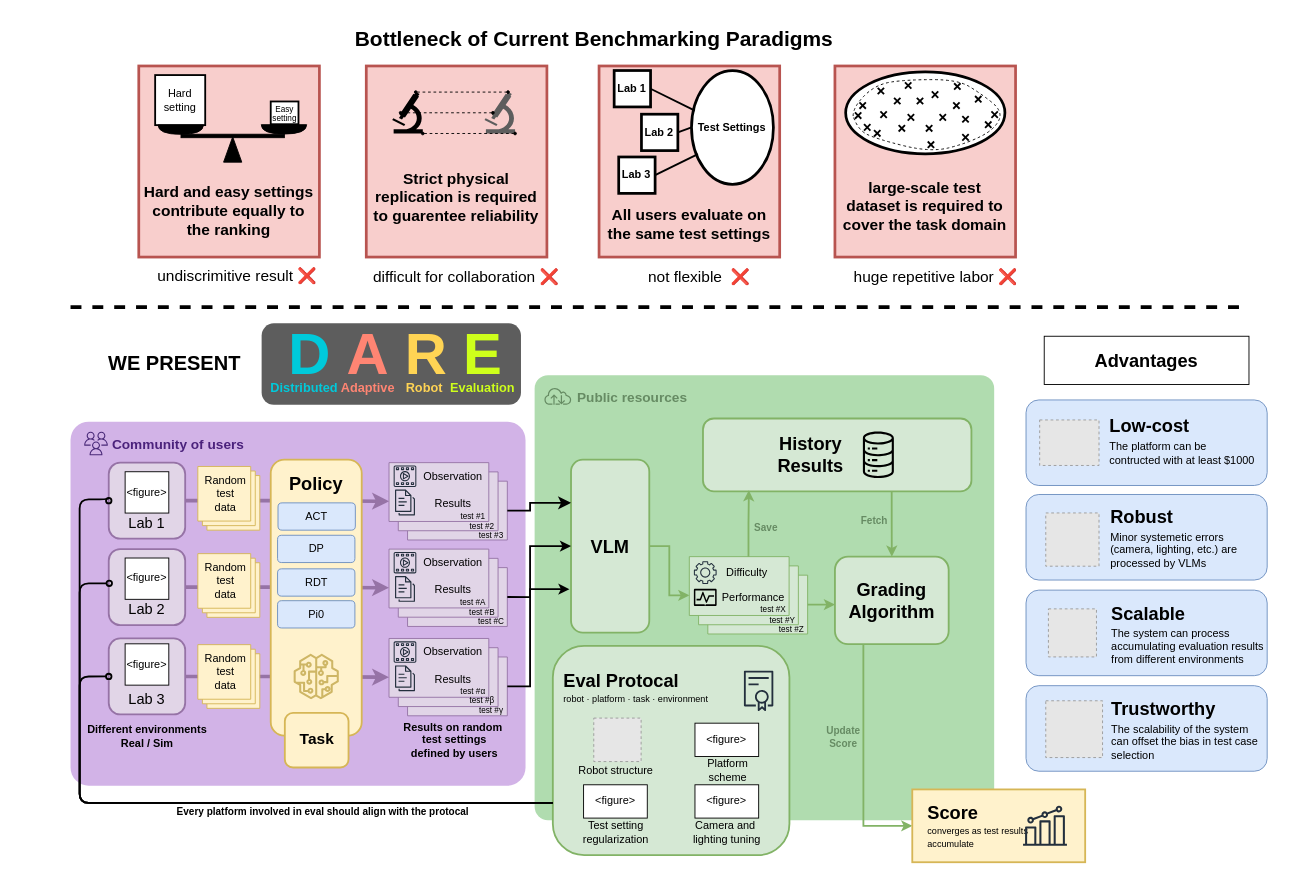
Before: teaser.drawio in cxh-cxh/Embodied-VLM-Judge-figures, a draw.io diagram. Source tidied: cells renumbered, new cells numbered last; positions are measured from the earlier drawing's top-left corner, leaving out a move shared by most shapes. Both pictures are drawn from the tidied source at 91%, with x=0, y=0 at pixel (25, 20). Pictures stored in the file or linked from it are replaced by grey dashed boxes.
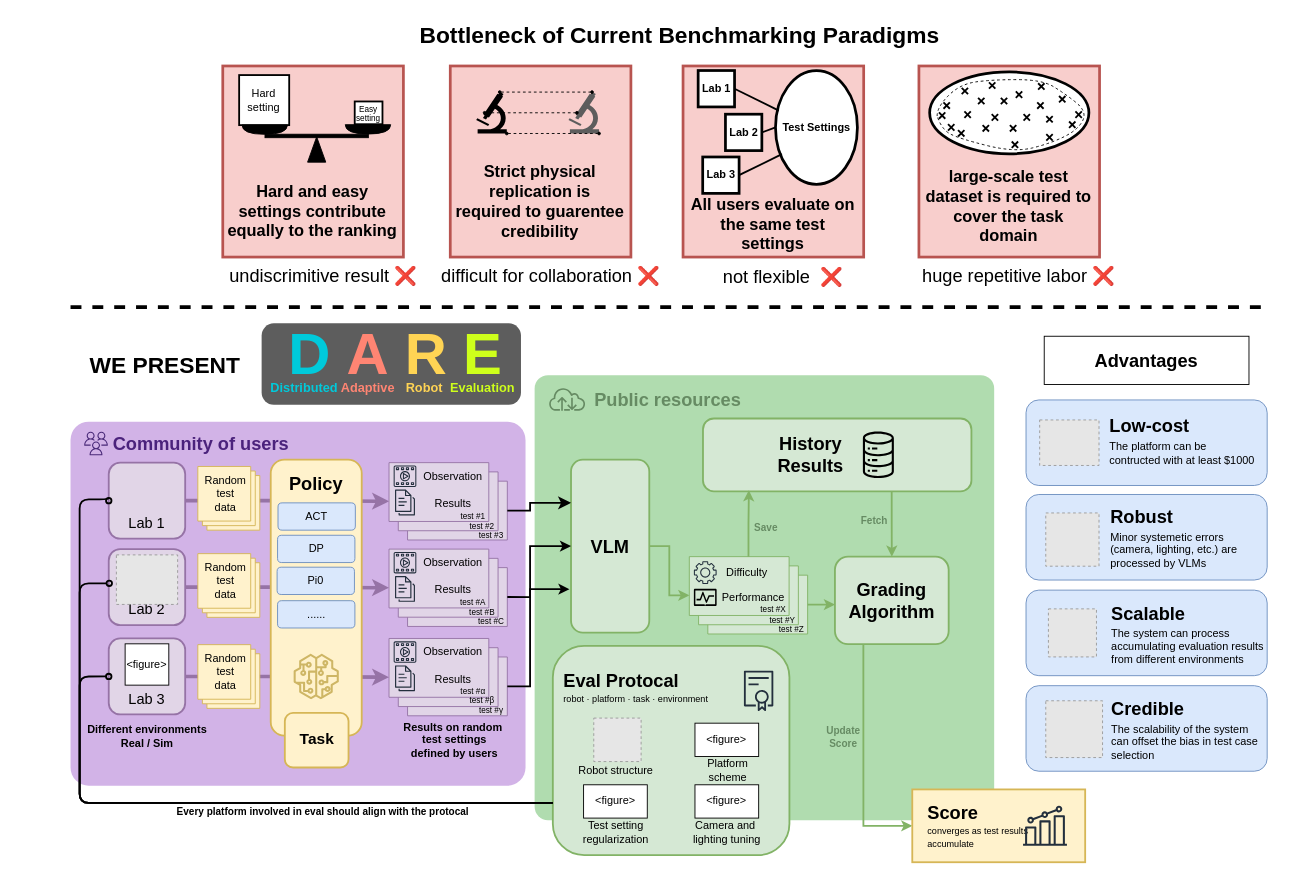
After the change.

Unchanged cells that the change refers to:
```xml
<mxCell id="14" style="group;strokeWidth=2;" parent="1" vertex="1">
  <mxGeometry x="92" y="485.9" width="84" height="83.5" as="geometry" />
</mxCell>
<mxCell id="43" style="group;strokeWidth=2;" parent="1" vertex="1">
  <mxGeometry x="92" y="580.9" width="84" height="83.5" as="geometry" />
</mxCell>
```

The edit, as a diff of the source:
```diff
@@
     <mxCell id="5" style="endArrow=none;dashed=1;html=1;rounded=0;strokeWidth=4;" parent="1" edge="1">
       <mxGeometry relative="1" as="geometry">
         <mxPoint x="50" y="315" as="sourcePoint" />
-        <mxPoint x="1335" y="315" as="targetPoint" />
+        <mxPoint x="1365" y="315" as="targetPoint" />
       </mxGeometry>
     </mxCell>
-    <mxCell id="6" value="&lt;b style=&quot;&quot;&gt;&lt;font style=&quot;font-size: 22px;&quot;&gt;&lt;font style=&quot;color: rgb(0, 0, 0);&quot;&gt;WE PRESENT&lt;/font&gt;&amp;nbsp;&lt;/font&gt;&lt;/b&gt;" style="rounded=0;whiteSpace=wrap;html=1;fontColor=#CEFF1B;strokeColor=none;fillColor=none;" parent="1" vertex="1">
-      <mxGeometry y="352.5" width="335" height="50" as="geometry" />
+    <mxCell id="6" value="&lt;b&gt;&lt;font&gt;&lt;font style=&quot;color: rgb(0, 0, 0);&quot;&gt;WE PRESENT&lt;/font&gt;&amp;nbsp;&lt;/font&gt;&lt;/b&gt;" style="rounded=0;whiteSpace=wrap;html=1;fontColor=#CEFF1B;strokeColor=none;fillColor=none;fontSize=25;" parent="1" vertex="1">
+      <mxGeometry x="-10" y="352.5" width="335" height="50" as="geometry" />
     </mxCell>
@@
-    <mxCell id="13" value="&lt;span&gt;&lt;b&gt;Bottleneck of Current Benchmarking Paradigms&lt;/b&gt;&lt;/span&gt;" style="rounded=0;whiteSpace=wrap;html=1;fillColor=none;dashed=1;dashPattern=8 8;strokeColor=none;fontSize=23;" parent="1" vertex="1">
-      <mxGeometry x="320" width="610.5" height="40" as="geometry" />
+    <mxCell id="13" value="&lt;span&gt;&lt;b&gt;Bottleneck of Current Benchmarking Paradigms&lt;/b&gt;&lt;/span&gt;" style="rounded=0;whiteSpace=wrap;html=1;fillColor=none;dashed=1;dashPattern=8 8;strokeColor=none;fontSize=25;" parent="1" vertex="1">
+      <mxGeometry x="414.3" y="-5" width="610.5" height="40" as="geometry" />
     </mxCell>
@@
-    <mxCell id="16" value="&amp;lt;figure&amp;gt;" style="rounded=0;whiteSpace=wrap;html=1;" parent="14" vertex="1">
-      <mxGeometry x="18" y="10" width="48" height="45.4" as="geometry" />
-    </mxCell>
@@
-    <mxCell id="45" value="&amp;lt;figure&amp;gt;" style="rounded=0;whiteSpace=wrap;html=1;" parent="43" vertex="1">
-      <mxGeometry x="18" y="9.8" width="48" height="45.4" as="geometry" />
-    </mxCell>
+    <mxCell id="243" style="fillColor=#E6E6E6;strokeColor=#999999;dashed=1;verticalLabelPosition=bottom;labelBackgroundColor=default;verticalAlign=top;" parent="43" vertex="1">
+      <mxGeometry x="8.4" y="6.4" width="67.3" height="54.4" as="geometry" />
+    </mxCell>
@@
     <mxCell id="73" style="group;" parent="1" vertex="1">
-      <mxGeometry x="570" y="398.8" width="163" height="33" as="geometry" />
+      <mxGeometry x="575" y="398.8" width="186.9" height="36" as="geometry" />
     </mxCell>
     <mxCell id="74" style="sketch=0;fontColor=#232F3E;gradientColor=none;fillColor=light-dark(#668B63,#BEC8D4);strokeColor=none;dashed=0;verticalLabelPosition=bottom;verticalAlign=top;align=center;html=1;fontSize=12;fontStyle=0;shape=mxgraph.aws4.internet;" parent="73" vertex="1">
-      <mxGeometry y="4.5" width="30.9" height="19" as="geometry" />
+      <mxGeometry y="4.5" width="41.4" height="25.5" as="geometry" />
     </mxCell>
-    <mxCell id="75" value="&lt;font style=&quot;font-size: 15px;&quot;&gt;&lt;b style=&quot;&quot;&gt;Public resources&lt;/b&gt;&lt;/font&gt;" style="text;html=1;align=center;verticalAlign=middle;strokeColor=none;fillColor=none;fontColor=light-dark(#668B63,#BEC8D4);labelBorderColor=none;fontSize=13;" parent="73" vertex="1">
-      <mxGeometry x="26.9" y="-2" width="140" height="35" as="geometry" />
+    <mxCell id="75" value="&lt;font style=&quot;font-size: 20px;&quot;&gt;&lt;b style=&quot;&quot;&gt;Public resources&lt;/b&gt;&lt;/font&gt;" style="text;html=1;align=center;verticalAlign=middle;strokeColor=none;fillColor=none;fontColor=light-dark(#668B63,#BEC8D4);labelBorderColor=none;fontSize=13;" parent="73" vertex="1">
+      <mxGeometry x="41.4" y="-2.8" width="180" height="40" as="geometry" />
     </mxCell>
@@
-    <mxCell id="89" style="group;" parent="1" vertex="1">
-      <mxGeometry x="65" y="449.9" width="181" height="33" as="geometry" />
+    <mxCell id="89" style="group;fontSize=15;" parent="1" vertex="1">
+      <mxGeometry x="65" y="449.9" width="210" height="36.5" as="geometry" />
     </mxCell>
-    <mxCell id="90" value="&lt;font style=&quot;font-size: 15px;&quot;&gt;&lt;b style=&quot;&quot;&gt;Community of users&lt;/b&gt;&lt;/font&gt;" style="text;html=1;align=center;verticalAlign=middle;strokeColor=none;fillColor=none;fontColor=light-dark(#4b227c, #ededed);labelBorderColor=none;" parent="89" vertex="1">
-      <mxGeometry x="20" y="-2.5" width="165" height="35" as="geometry" />
+    <mxCell id="90" value="&lt;font&gt;&lt;b&gt;Community of users&lt;/b&gt;&lt;/font&gt;" style="text;html=1;align=center;verticalAlign=middle;strokeColor=none;fillColor=none;fontColor=light-dark(#4b227c, #ededed);labelBorderColor=none;fontSize=20;" parent="89" vertex="1">
+      <mxGeometry x="20" y="-5" width="215" height="40" as="geometry" />
     </mxCell>
@@
-    <mxCell id="107" value="RDT" style="rounded=1;whiteSpace=wrap;html=1;fillColor=#dae8fc;strokeColor=#6c8ebf;" parent="1" vertex="1">
-      <mxGeometry x="277.5" y="602.6" width="85" height="30" as="geometry" />
+    <mxCell id="107" value="......" style="rounded=1;whiteSpace=wrap;html=1;fillColor=#dae8fc;strokeColor=#6c8ebf;" parent="1" vertex="1">
+      <mxGeometry x="277.5" y="637.6" width="85" height="30" as="geometry" />
     </mxCell>
     <mxCell id="108" value="Pi0" style="rounded=1;whiteSpace=wrap;html=1;fillColor=#dae8fc;strokeColor=#6c8ebf;" parent="1" vertex="1">
-      <mxGeometry x="277.5" y="637.6" width="85" height="30" as="geometry" />
+      <mxGeometry x="277" y="600.8" width="85" height="30" as="geometry" />
     </mxCell>
@@
-    <mxCell id="119" value="&lt;font style=&quot;font-size: 17px;&quot;&gt;undiscrimitive result ❌&lt;/font&gt;" style="text;align=right;verticalAlign=middle;strokeColor=none;fillColor=none;html=1;" parent="1" vertex="1">
-      <mxGeometry x="122" y="264" width="200" height="35" as="geometry" />
+    <mxCell id="119" value="&lt;font&gt;undiscrimitive result ❌&lt;/font&gt;" style="text;align=right;verticalAlign=middle;strokeColor=none;fillColor=none;html=1;fontSize=20;" parent="1" vertex="1">
+      <mxGeometry x="201.6" y="260" width="230" height="40" as="geometry" />
     </mxCell>
-    <mxCell id="120" value="&lt;font style=&quot;font-size: 17px;&quot;&gt;&lt;font style=&quot;&quot;&gt;difficult for collaboration&amp;nbsp;&lt;/font&gt;❌&lt;/font&gt;" style="text;align=right;verticalAlign=middle;strokeColor=none;fillColor=none;html=1;" parent="1" vertex="1">
-      <mxGeometry x="363" y="265" width="225" height="35" as="geometry" />
+    <mxCell id="120" value="&lt;font&gt;&lt;font&gt;difficult for collaboration&amp;nbsp;&lt;/font&gt;❌&lt;/font&gt;" style="text;align=right;verticalAlign=middle;strokeColor=none;fillColor=none;html=1;fontSize=20;" parent="1" vertex="1">
+      <mxGeometry x="434.1" y="260" width="265" height="40" as="geometry" />
     </mxCell>
-    <mxCell id="121" value="&lt;font style=&quot;font-size: 17px;&quot;&gt;&lt;font style=&quot;&quot;&gt;not flexible&amp;nbsp;&amp;nbsp;&lt;/font&gt;❌&lt;/font&gt;" style="text;align=right;verticalAlign=middle;strokeColor=none;fillColor=none;html=1;" parent="1" vertex="1">
-      <mxGeometry x="662.5" y="265" width="135" height="35" as="geometry" />
+    <mxCell id="121" value="&lt;font&gt;&lt;font&gt;not flexible&amp;nbsp;&amp;nbsp;&lt;/font&gt;❌&lt;/font&gt;" style="text;align=right;verticalAlign=middle;strokeColor=none;fillColor=none;html=1;fontSize=20;" parent="1" vertex="1">
+      <mxGeometry x="744.8" y="260.5" width="155" height="40" as="geometry" />
     </mxCell>
-    <mxCell id="122" value="&lt;font style=&quot;font-size: 17px;&quot;&gt;&lt;font style=&quot;&quot;&gt;huge repetitive labor&amp;nbsp;&lt;/font&gt;❌&lt;/font&gt;" style="text;align=right;verticalAlign=middle;strokeColor=none;fillColor=none;html=1;" parent="1" vertex="1">
-      <mxGeometry x="886.8" y="265" width="205" height="35" as="geometry" />
+    <mxCell id="122" value="&lt;font&gt;&lt;font&gt;huge repetitive labor&amp;nbsp;&lt;/font&gt;❌&lt;/font&gt;" style="text;align=right;verticalAlign=middle;strokeColor=none;fillColor=none;html=1;fontSize=20;" parent="1" vertex="1">
+      <mxGeometry x="964.1" y="260" width="235" height="40" as="geometry" />
     </mxCell>
@@
     <mxCell id="126" style="group;fillColor=none;strokeColor=none;" parent="1" vertex="1">
-      <mxGeometry x="125" y="50" width="198.5" height="210" as="geometry" />
+      <mxGeometry x="217.3" y="50" width="198.5" height="210" as="geometry" />
     </mxCell>
@@
-    <mxCell id="130" value="Hard and easy settings contribute equally to the ranking" style="rounded=0;whiteSpace=wrap;strokeColor=none;fillColor=none;fontSize=17;fontStyle=1;" parent="126" vertex="1">
+    <mxCell id="130" value="Hard and easy settings contribute equally to the ranking" style="rounded=0;whiteSpace=wrap;strokeColor=none;fillColor=none;fontSize=18;fontStyle=1;" parent="126" vertex="1">
       <mxGeometry x="4" y="130" width="190" height="60" as="geometry" />
     </mxCell>
@@
     <mxCell id="135" style="group;fillColor=none;strokeColor=none;" parent="1" vertex="1">
-      <mxGeometry x="375" y="50" width="198.5" height="210" as="geometry" />
+      <mxGeometry x="467.3" y="50" width="198.5" height="210" as="geometry" />
     </mxCell>
@@
-    <mxCell id="142" value="Strict physical replication is required to guarentee reliability" style="rounded=0;whiteSpace=wrap;strokeColor=none;fillColor=none;fontSize=17;fontStyle=1;" parent="135" vertex="1">
-      <mxGeometry x="3.5" y="115" width="190" height="60" as="geometry" />
+    <mxCell id="142" value="Strict physical replication is required to guarentee credibility" style="rounded=0;whiteSpace=wrap;strokeColor=none;fillColor=none;fontSize=18;fontStyle=1;" parent="135" vertex="1">
+      <mxGeometry x="3.5" y="120" width="190" height="60" as="geometry" />
     </mxCell>
     <mxCell id="143" style="group;" parent="1" vertex="1">
-      <mxGeometry x="630.8" y="50" width="198.5" height="210" as="geometry" />
+      <mxGeometry x="723.1" y="50" width="198.5" height="210" as="geometry" />
     </mxCell>
@@
-    <mxCell id="152" value="All users evaluate on the same test settings" style="rounded=0;whiteSpace=wrap;strokeColor=none;fillColor=none;fontSize=17;fontStyle=1;" parent="143" vertex="1">
+    <mxCell id="152" value="All users evaluate on the same test settings" style="rounded=0;whiteSpace=wrap;strokeColor=none;fillColor=none;fontSize=18;fontStyle=1;" parent="143" vertex="1">
       <mxGeometry x="4.2" y="145" width="190" height="60" as="geometry" />
     </mxCell>
     <mxCell id="153" style="group;" parent="1" vertex="1">
-      <mxGeometry x="890" y="50" width="198.5" height="210" as="geometry" />
+      <mxGeometry x="982.3" y="50" width="198.5" height="210" as="geometry" />
     </mxCell>
@@
-    <mxCell id="223" value="large-scale test dataset is required to cover the task domain" style="rounded=0;whiteSpace=wrap;strokeColor=none;fillColor=none;fontSize=17;fontStyle=1;" parent="153" vertex="1">
+    <mxCell id="223" value="large-scale test dataset is required to cover the task domain" style="rounded=0;whiteSpace=wrap;strokeColor=none;fillColor=none;fontSize=18;fontStyle=1;" parent="153" vertex="1">
       <mxGeometry x="3.5" y="125" width="190" height="60" as="geometry" />
     </mxCell>
@@
-    <mxCell id="231" value="&lt;b&gt;&lt;font style=&quot;font-size: 20px;&quot;&gt;Trustworthy&lt;/font&gt;&lt;/b&gt;" style="text;html=1;whiteSpace=wrap;strokeColor=none;fillColor=none;align=left;verticalAlign=middle;rounded=0;" parent="1" vertex="1">
+    <mxCell id="231" value="&lt;b&gt;&lt;font style=&quot;font-size: 20px;&quot;&gt;Credible&lt;/font&gt;&lt;/b&gt;" style="text;html=1;whiteSpace=wrap;strokeColor=none;fillColor=none;align=left;verticalAlign=middle;rounded=0;" parent="1" vertex="1">
       <mxGeometry x="1192" y="741" width="190" height="30" as="geometry" />
     </mxCell>
```
